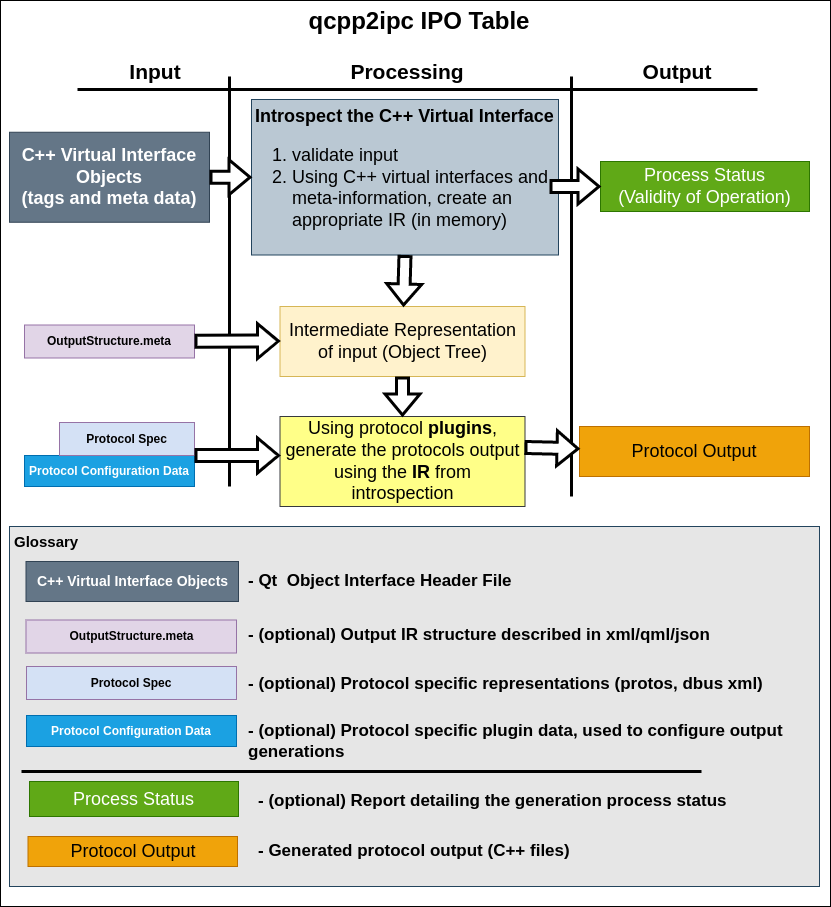
Earlier version of the draw.io export docs/diagrams/ipo_qcpp2ipc.drawio.png (PR-General/qcpp2ipc). Source tidied: cells renumbered, new cells last; positions are measured from the earlier drawing's top-left corner, leaving out a move shared by most shapes. The source it was exported from:
```xml
<mxGraphModel>
  <root>
    <mxCell id="0" />
    <mxCell id="1" parent="0" />
    <mxCell id="2" value="&lt;b style=&quot;font-size: 24px;&quot;&gt;&lt;font style=&quot;font-size: 24px;&quot;&gt;qcpp2ipc IPO Table&lt;/font&gt;&lt;/b&gt;" style="rounded=0;whiteSpace=wrap;html=1;align=center;verticalAlign=top;spacingLeft=8;fontSize=24;" parent="1" vertex="1">
      <mxGeometry width="830" height="906" as="geometry" />
    </mxCell>
    <mxCell id="3" value="C++ Virtual Interface Objects &lt;br&gt;(tags and meta data)" style="rounded=0;whiteSpace=wrap;html=1;fontSize=18;fillColor=#647687;fontColor=#ffffff;strokeColor=#314354;fontStyle=1;" parent="1" vertex="1">
      <mxGeometry x="9" y="131.8" width="200" height="90" as="geometry" />
    </mxCell>
    <mxCell id="4" style="endArrow=none;html=1;rounded=0;fontSize=18;strokeWidth=3;" parent="1" edge="1">
      <mxGeometry relative="1" as="geometry">
        <mxPoint x="77" y="89" as="sourcePoint" />
        <mxPoint x="757" y="89" as="targetPoint" />
      </mxGeometry>
    </mxCell>
    <mxCell id="5" style="endArrow=none;html=1;rounded=0;fontSize=18;strokeWidth=3;" parent="1" edge="1">
      <mxGeometry relative="1" as="geometry">
        <mxPoint x="229" y="76" as="sourcePoint" />
        <mxPoint x="229" y="486" as="targetPoint" />
      </mxGeometry>
    </mxCell>
    <mxCell id="6" style="endArrow=none;html=1;rounded=0;fontSize=18;strokeWidth=3;" parent="1" edge="1">
      <mxGeometry relative="1" as="geometry">
        <mxPoint x="571" y="76" as="sourcePoint" />
        <mxPoint x="571" y="496" as="targetPoint" />
      </mxGeometry>
    </mxCell>
    <mxCell id="7" value="Input" style="text;html=1;strokeColor=none;fillColor=none;align=center;verticalAlign=middle;whiteSpace=wrap;rounded=0;fontSize=21;fontStyle=1;" parent="1" vertex="1">
      <mxGeometry x="110" y="56" width="90" height="30" as="geometry" />
    </mxCell>
    <mxCell id="8" value="Processing" style="text;html=1;strokeColor=none;fillColor=none;align=center;verticalAlign=middle;whiteSpace=wrap;rounded=0;fontSize=21;fontStyle=1;" parent="1" vertex="1">
      <mxGeometry x="337" y="56" width="140" height="30" as="geometry" />
    </mxCell>
    <mxCell id="9" value="Output" style="text;html=1;strokeColor=none;fillColor=none;align=center;verticalAlign=middle;whiteSpace=wrap;rounded=0;fontSize=21;fontStyle=1;" parent="1" vertex="1">
      <mxGeometry x="607" y="56" width="140" height="30" as="geometry" />
    </mxCell>
    <mxCell id="10" value="Protocol Output" style="rounded=0;whiteSpace=wrap;html=1;fontSize=18;fillColor=#f0a30a;fontColor=#000000;strokeColor=#BD7000;" parent="1" vertex="1">
      <mxGeometry x="579" y="426" width="230" height="50" as="geometry" />
    </mxCell>
    <mxCell id="11" value="&lt;b&gt;Introspect the C++ Virtual Interface &lt;/b&gt;&lt;br&gt;&lt;ol&gt;&lt;li style=&quot;text-align: left;&quot;&gt;&lt;span style=&quot;background-color: initial;&quot;&gt;validate input&lt;/span&gt;&lt;/li&gt;&lt;li style=&quot;text-align: left;&quot;&gt;Using C++ virtual interfaces and meta-information, create an appropriate IR (in memory)&lt;/li&gt;&lt;/ol&gt;" style="rounded=0;whiteSpace=wrap;html=1;fontSize=18;fillColor=#bac8d3;strokeColor=#23445d;" parent="1" vertex="1">
      <mxGeometry x="251" y="99" width="307" height="155.5" as="geometry" />
    </mxCell>
    <mxCell id="12" value="Intermediate Representation of input (Object Tree)" style="rounded=0;whiteSpace=wrap;html=1;fontSize=18;fillColor=#fff2cc;strokeColor=#d6b656;" parent="1" vertex="1">
      <mxGeometry x="279.5" y="306" width="245" height="70" as="geometry" />
    </mxCell>
    <mxCell id="13" style="shape=flexArrow;endArrow=classic;html=1;rounded=0;strokeWidth=3;fontSize=21;exitX=0.5;exitY=1;exitDx=0;exitDy=0;" parent="1" edge="1" source="11" target="12">
      <mxGeometry relative="1" as="geometry" />
    </mxCell>
    <mxCell id="14" value="Using protocol &lt;b&gt;plugins&lt;/b&gt;, generate the protocols output using the &lt;b&gt;IR&lt;/b&gt; from introspection" style="rounded=0;whiteSpace=wrap;html=1;fontSize=18;fillColor=#ffff88;strokeColor=#36393d;" parent="1" vertex="1">
      <mxGeometry x="279.5" y="416" width="245" height="90" as="geometry" />
    </mxCell>
    <mxCell id="15" style="shape=flexArrow;endArrow=classic;html=1;rounded=0;strokeWidth=3;fontSize=21;exitX=0.5;exitY=1;exitDx=0;exitDy=0;entryX=0.5;entryY=0;entryDx=0;entryDy=0;" parent="1" edge="1" source="12" target="14">
      <mxGeometry relative="1" as="geometry" />
    </mxCell>
    <mxCell id="16" style="shape=flexArrow;endArrow=classic;html=1;rounded=0;strokeWidth=3;fontSize=21;exitX=0.998;exitY=0.344;exitDx=0;exitDy=0;exitPerimeter=0;fillColor=default;" parent="1" edge="1" source="14" target="10">
      <mxGeometry relative="1" as="geometry" />
    </mxCell>
    <mxCell id="17" style="shape=flexArrow;endArrow=classic;html=1;rounded=0;strokeWidth=3;fontSize=21;exitX=1;exitY=0.5;exitDx=0;exitDy=0;entryX=0;entryY=0.5;entryDx=0;entryDy=0;fillColor=default;" parent="1" edge="1" source="3" target="11">
      <mxGeometry relative="1" as="geometry" />
    </mxCell>
    <mxCell id="18" value="Protocol Configuration Data" style="rounded=0;whiteSpace=wrap;html=1;fillColor=#1ba1e2;strokeColor=#006EAF;fontStyle=1;fontColor=#ffffff;" parent="1" vertex="1">
      <mxGeometry x="24" y="455" width="170" height="31" as="geometry" />
    </mxCell>
    <mxCell id="19" value="Process Status&lt;br&gt;(Validity of Operation)" style="rounded=0;whiteSpace=wrap;html=1;fontSize=18;fillColor=#60a917;fontColor=#ffffff;strokeColor=#2D7600;" parent="1" vertex="1">
      <mxGeometry x="600" y="161" width="209" height="50" as="geometry" />
    </mxCell>
    <mxCell id="20" style="shape=flexArrow;endArrow=classic;html=1;rounded=0;strokeWidth=3;fontSize=21;fillColor=default;" parent="1" edge="1" target="19">
      <mxGeometry relative="1" as="geometry">
        <mxPoint x="549" y="186" as="sourcePoint" />
      </mxGeometry>
    </mxCell>
    <mxCell id="21" value="OutputStructure.meta" style="rounded=0;whiteSpace=wrap;html=1;fillColor=#e1d5e7;strokeColor=#9673a6;fontStyle=1;" parent="1" vertex="1">
      <mxGeometry x="24" y="324.5" width="170" height="33" as="geometry" />
    </mxCell>
    <mxCell id="22" value="Protocol Spec" style="rounded=0;whiteSpace=wrap;html=1;fillColor=#D4E1F5;strokeColor=#9673a6;fontStyle=1;" parent="1" vertex="1">
      <mxGeometry x="59" y="422" width="135" height="33" as="geometry" />
    </mxCell>
    <mxCell id="23" style="shape=flexArrow;endArrow=classic;html=1;rounded=0;strokeWidth=3;fontSize=21;exitX=1;exitY=1;exitDx=0;exitDy=0;fillColor=default;" parent="1" edge="1" source="22">
      <mxGeometry relative="1" as="geometry">
        <mxPoint x="279.5" y="454.9" as="targetPoint" />
      </mxGeometry>
    </mxCell>
    <mxCell id="24" style="shape=flexArrow;endArrow=classic;html=1;rounded=0;strokeWidth=3;fontSize=21;exitX=1;exitY=1;exitDx=0;exitDy=0;fillColor=default;" parent="1" edge="1">
      <mxGeometry relative="1" as="geometry">
        <mxPoint x="194" y="340.6" as="sourcePoint" />
        <mxPoint x="279.5" y="340.6" as="targetPoint" />
      </mxGeometry>
    </mxCell>
    <mxCell id="25" value="&lt;b style=&quot;font-size: 15px;&quot;&gt;Glossary&lt;/b&gt;" style="rounded=0;whiteSpace=wrap;html=1;fillColor=#E6E6E6;strokeColor=#23445d;fontSize=15;align=left;verticalAlign=top;spacingLeft=3;" parent="1" vertex="1">
      <mxGeometry x="9" y="526" width="810" height="360" as="geometry" />
    </mxCell>
    <mxCell id="26" value="OutputStructure.meta" style="rounded=0;whiteSpace=wrap;html=1;fillColor=#e1d5e7;strokeColor=#9673a6;fontStyle=1;" parent="1" vertex="1">
      <mxGeometry x="25.5" y="619.5" width="210.5" height="33" as="geometry" />
    </mxCell>
    <mxCell id="27" value="C++ Virtual Interface Objects" style="rounded=0;whiteSpace=wrap;html=1;fontSize=14;fillColor=#647687;fontColor=#ffffff;strokeColor=#314354;fontStyle=1;" parent="1" vertex="1">
      <mxGeometry x="25.5" y="561" width="212.5" height="40" as="geometry" />
    </mxCell>
    <mxCell id="28" value="&lt;b style=&quot;font-size: 17px;&quot;&gt;&lt;font style=&quot;font-size: 17px;&quot;&gt;- Qt&amp;nbsp; Object Interface Header File&lt;/font&gt;&lt;/b&gt;" style="text;html=1;strokeColor=none;fillColor=none;align=left;verticalAlign=middle;whiteSpace=wrap;rounded=0;fontSize=17;" parent="1" vertex="1">
      <mxGeometry x="246" y="566" width="510" height="30" as="geometry" />
    </mxCell>
    <mxCell id="29" value="&lt;b style=&quot;font-size: 17px;&quot;&gt;&lt;font style=&quot;font-size: 17px;&quot;&gt;- (optional) Output IR structure described in xml/qml/json&lt;/font&gt;&lt;/b&gt;" style="text;html=1;strokeColor=none;fillColor=none;align=left;verticalAlign=middle;whiteSpace=wrap;rounded=0;fontSize=17;" parent="1" vertex="1">
      <mxGeometry x="246" y="619.5" width="510" height="30" as="geometry" />
    </mxCell>
    <mxCell id="30" value="Protocol Spec" style="rounded=0;whiteSpace=wrap;html=1;fillColor=#D4E1F5;strokeColor=#9673a6;fontStyle=1;" parent="1" vertex="1">
      <mxGeometry x="26" y="666" width="210" height="33" as="geometry" />
    </mxCell>
    <mxCell id="31" value="&lt;b style=&quot;font-size: 17px;&quot;&gt;&lt;font style=&quot;font-size: 17px;&quot;&gt;- (optional) Protocol specific representations (protos, dbus xml)&lt;/font&gt;&lt;/b&gt;" style="text;html=1;strokeColor=none;fillColor=none;align=left;verticalAlign=middle;whiteSpace=wrap;rounded=0;fontSize=17;" parent="1" vertex="1">
      <mxGeometry x="246" y="669" width="540" height="30" as="geometry" />
    </mxCell>
    <mxCell id="32" value="&lt;b style=&quot;font-size: 17px;&quot;&gt;&lt;font style=&quot;font-size: 17px;&quot;&gt;- (optional) Protocol specific plugin data, used to configure output generations&lt;/font&gt;&lt;/b&gt;" style="text;html=1;strokeColor=none;fillColor=none;align=left;verticalAlign=middle;whiteSpace=wrap;rounded=0;fontSize=17;" parent="1" vertex="1">
      <mxGeometry x="246" y="726" width="563" height="30" as="geometry" />
    </mxCell>
    <mxCell id="33" value="Protocol Configuration Data" style="rounded=0;whiteSpace=wrap;html=1;fillColor=#1ba1e2;strokeColor=#006EAF;fontStyle=1;fontColor=#ffffff;" parent="1" vertex="1">
      <mxGeometry x="26" y="715" width="210" height="31" as="geometry" />
    </mxCell>
    <mxCell id="34" value="Process Status" style="rounded=0;whiteSpace=wrap;html=1;fontSize=18;fillColor=#60a917;fontColor=#ffffff;strokeColor=#2D7600;" parent="1" vertex="1">
      <mxGeometry x="29" y="781" width="209" height="35" as="geometry" />
    </mxCell>
    <mxCell id="35" value="&lt;b style=&quot;font-size: 17px;&quot;&gt;&lt;font style=&quot;font-size: 17px;&quot;&gt;- (optional) Report detailing the generation process status&lt;/font&gt;&lt;/b&gt;" style="text;html=1;strokeColor=none;fillColor=none;align=left;verticalAlign=middle;whiteSpace=wrap;rounded=0;fontSize=17;" parent="1" vertex="1">
      <mxGeometry x="256" y="786" width="553" height="30" as="geometry" />
    </mxCell>
    <mxCell id="36" value="Protocol Output" style="rounded=0;whiteSpace=wrap;html=1;fontSize=18;fillColor=#f0a30a;fontColor=#000000;strokeColor=#BD7000;" parent="1" vertex="1">
      <mxGeometry x="27.5" y="836" width="209.5" height="30" as="geometry" />
    </mxCell>
    <mxCell id="37" value="&lt;b style=&quot;font-size: 17px;&quot;&gt;&lt;font style=&quot;font-size: 17px;&quot;&gt;- Generated protocol output (C++ files)&lt;/font&gt;&lt;/b&gt;" style="text;html=1;strokeColor=none;fillColor=none;align=left;verticalAlign=middle;whiteSpace=wrap;rounded=0;fontSize=17;" parent="1" vertex="1">
      <mxGeometry x="256" y="836" width="510" height="30" as="geometry" />
    </mxCell>
    <mxCell id="38" style="endArrow=none;html=1;rounded=0;fontSize=18;strokeWidth=3;" parent="1" edge="1">
      <mxGeometry relative="1" as="geometry">
        <mxPoint x="21" y="771" as="sourcePoint" />
        <mxPoint x="701" y="771" as="targetPoint" />
      </mxGeometry>
    </mxCell>
  </root>
</mxGraphModel>
```
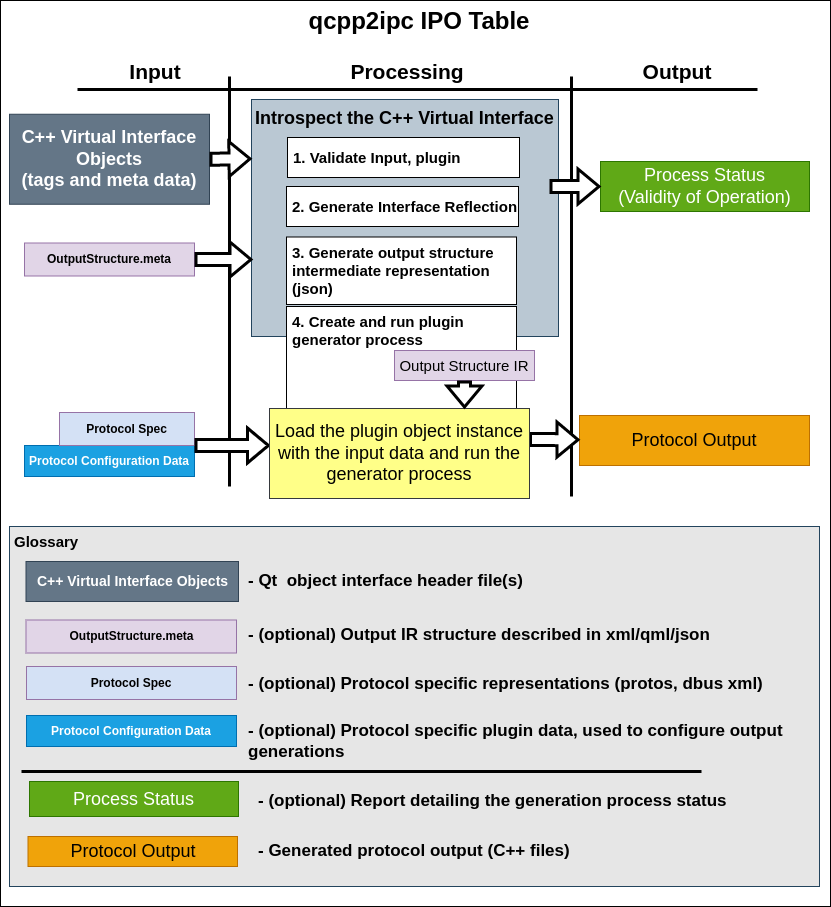
The same diagram one commit later.

The edit, as a diff of the source:
```diff
@@ -6,7 +6,7 @@
       <mxGeometry width="830" height="906" as="geometry" />
     </mxCell>
     <mxCell id="3" value="C++ Virtual Interface Objects &lt;br&gt;(tags and meta data)" style="rounded=0;whiteSpace=wrap;html=1;fontSize=18;fillColor=#647687;fontColor=#ffffff;strokeColor=#314354;fontStyle=1;" parent="1" vertex="1">
-      <mxGeometry x="9" y="131.8" width="200" height="90" as="geometry" />
+      <mxGeometry x="9" y="113.8" width="200" height="90" as="geometry" />
     </mxCell>
     <mxCell id="4" style="endArrow=none;html=1;rounded=0;fontSize=18;strokeWidth=3;" parent="1" edge="1">
       <mxGeometry relative="1" as="geometry">
@@ -36,31 +36,19 @@
       <mxGeometry x="607" y="56" width="140" height="30" as="geometry" />
     </mxCell>
     <mxCell id="10" value="Protocol Output" style="rounded=0;whiteSpace=wrap;html=1;fontSize=18;fillColor=#f0a30a;fontColor=#000000;strokeColor=#BD7000;" parent="1" vertex="1">
-      <mxGeometry x="579" y="426" width="230" height="50" as="geometry" />
+      <mxGeometry x="579" y="415" width="230" height="50" as="geometry" />
     </mxCell>
-    <mxCell id="11" value="&lt;b&gt;Introspect the C++ Virtual Interface &lt;/b&gt;&lt;br&gt;&lt;ol&gt;&lt;li style=&quot;text-align: left;&quot;&gt;&lt;span style=&quot;background-color: initial;&quot;&gt;validate input&lt;/span&gt;&lt;/li&gt;&lt;li style=&quot;text-align: left;&quot;&gt;Using C++ virtual interfaces and meta-information, create an appropriate IR (in memory)&lt;/li&gt;&lt;/ol&gt;" style="rounded=0;whiteSpace=wrap;html=1;fontSize=18;fillColor=#bac8d3;strokeColor=#23445d;" parent="1" vertex="1">
-      <mxGeometry x="251" y="99" width="307" height="155.5" as="geometry" />
+    <mxCell id="11" value="&lt;b&gt;Introspect the C++ Virtual Interface&lt;br&gt;&lt;/b&gt;" style="rounded=0;whiteSpace=wrap;html=1;fontSize=18;fillColor=#bac8d3;strokeColor=#23445d;verticalAlign=top;spacingTop=2;" parent="1" vertex="1">
+      <mxGeometry x="251" y="99" width="307" height="237" as="geometry" />
     </mxCell>
-    <mxCell id="12" value="Intermediate Representation of input (Object Tree)" style="rounded=0;whiteSpace=wrap;html=1;fontSize=18;fillColor=#fff2cc;strokeColor=#d6b656;" parent="1" vertex="1">
-      <mxGeometry x="279.5" y="306" width="245" height="70" as="geometry" />
-    </mxCell>
-    <mxCell id="13" style="shape=flexArrow;endArrow=classic;html=1;rounded=0;strokeWidth=3;fontSize=21;exitX=0.5;exitY=1;exitDx=0;exitDy=0;" parent="1" edge="1" source="11" target="12">
-      <mxGeometry relative="1" as="geometry" />
-    </mxCell>
-    <mxCell id="14" value="Using protocol &lt;b&gt;plugins&lt;/b&gt;, generate the protocols output using the &lt;b&gt;IR&lt;/b&gt; from introspection" style="rounded=0;whiteSpace=wrap;html=1;fontSize=18;fillColor=#ffff88;strokeColor=#36393d;" parent="1" vertex="1">
-      <mxGeometry x="279.5" y="416" width="245" height="90" as="geometry" />
-    </mxCell>
-    <mxCell id="15" style="shape=flexArrow;endArrow=classic;html=1;rounded=0;strokeWidth=3;fontSize=21;exitX=0.5;exitY=1;exitDx=0;exitDy=0;entryX=0.5;entryY=0;entryDx=0;entryDy=0;" parent="1" edge="1" source="12" target="14">
-      <mxGeometry relative="1" as="geometry" />
-    </mxCell>
     <mxCell id="16" style="shape=flexArrow;endArrow=classic;html=1;rounded=0;strokeWidth=3;fontSize=21;exitX=0.998;exitY=0.344;exitDx=0;exitDy=0;exitPerimeter=0;fillColor=default;" parent="1" edge="1" source="14" target="10">
       <mxGeometry relative="1" as="geometry" />
     </mxCell>
-    <mxCell id="17" style="shape=flexArrow;endArrow=classic;html=1;rounded=0;strokeWidth=3;fontSize=21;exitX=1;exitY=0.5;exitDx=0;exitDy=0;entryX=0;entryY=0.5;entryDx=0;entryDy=0;fillColor=default;" parent="1" edge="1" source="3" target="11">
+    <mxCell id="17" style="shape=flexArrow;endArrow=classic;html=1;rounded=0;strokeWidth=3;fontSize=21;exitX=1;exitY=0.5;exitDx=0;exitDy=0;entryX=0;entryY=0.25;entryDx=0;entryDy=0;fillColor=default;" parent="1" edge="1" source="3" target="11">
       <mxGeometry relative="1" as="geometry" />
     </mxCell>
     <mxCell id="18" value="Protocol Configuration Data" style="rounded=0;whiteSpace=wrap;html=1;fillColor=#1ba1e2;strokeColor=#006EAF;fontStyle=1;fontColor=#ffffff;" parent="1" vertex="1">
-      <mxGeometry x="24" y="455" width="170" height="31" as="geometry" />
+      <mxGeometry x="24" y="445" width="170" height="31" as="geometry" />
     </mxCell>
     <mxCell id="19" value="Process Status&lt;br&gt;(Validity of Operation)" style="rounded=0;whiteSpace=wrap;html=1;fontSize=18;fillColor=#60a917;fontColor=#ffffff;strokeColor=#2D7600;" parent="1" vertex="1">
       <mxGeometry x="600" y="161" width="209" height="50" as="geometry" />
@@ -71,21 +59,16 @@
       </mxGeometry>
     </mxCell>
     <mxCell id="21" value="OutputStructure.meta" style="rounded=0;whiteSpace=wrap;html=1;fillColor=#e1d5e7;strokeColor=#9673a6;fontStyle=1;" parent="1" vertex="1">
-      <mxGeometry x="24" y="324.5" width="170" height="33" as="geometry" />
+      <mxGeometry x="24" y="242.5" width="170" height="33" as="geometry" />
     </mxCell>
     <mxCell id="22" value="Protocol Spec" style="rounded=0;whiteSpace=wrap;html=1;fillColor=#D4E1F5;strokeColor=#9673a6;fontStyle=1;" parent="1" vertex="1">
-      <mxGeometry x="59" y="422" width="135" height="33" as="geometry" />
+      <mxGeometry x="59" y="412" width="135" height="33" as="geometry" />
     </mxCell>
-    <mxCell id="23" style="shape=flexArrow;endArrow=classic;html=1;rounded=0;strokeWidth=3;fontSize=21;exitX=1;exitY=1;exitDx=0;exitDy=0;fillColor=default;" parent="1" edge="1" source="22">
-      <mxGeometry relative="1" as="geometry">
-        <mxPoint x="279.5" y="454.9" as="targetPoint" />
-      </mxGeometry>
+    <mxCell id="23" style="shape=flexArrow;endArrow=classic;html=1;rounded=0;strokeWidth=3;fontSize=21;exitX=1;exitY=1;exitDx=0;exitDy=0;fillColor=default;entryX=0.002;entryY=0.411;entryDx=0;entryDy=0;entryPerimeter=0;" parent="1" edge="1" source="22" target="14">
+      <mxGeometry relative="1" as="geometry" />
     </mxCell>
-    <mxCell id="24" style="shape=flexArrow;endArrow=classic;html=1;rounded=0;strokeWidth=3;fontSize=21;exitX=1;exitY=1;exitDx=0;exitDy=0;fillColor=default;" parent="1" edge="1">
-      <mxGeometry relative="1" as="geometry">
-        <mxPoint x="194" y="340.6" as="sourcePoint" />
-        <mxPoint x="279.5" y="340.6" as="targetPoint" />
-      </mxGeometry>
+    <mxCell id="24" style="shape=flexArrow;endArrow=classic;html=1;rounded=0;strokeWidth=3;fontSize=21;exitX=1;exitY=0.5;exitDx=0;exitDy=0;fillColor=default;entryX=0.003;entryY=0.675;entryDx=0;entryDy=0;entryPerimeter=0;" parent="1" edge="1" source="21" target="11">
+      <mxGeometry relative="1" as="geometry" />
     </mxCell>
     <mxCell id="25" value="&lt;b style=&quot;font-size: 15px;&quot;&gt;Glossary&lt;/b&gt;" style="rounded=0;whiteSpace=wrap;html=1;fillColor=#E6E6E6;strokeColor=#23445d;fontSize=15;align=left;verticalAlign=top;spacingLeft=3;" parent="1" vertex="1">
       <mxGeometry x="9" y="526" width="810" height="360" as="geometry" />
@@ -96,7 +79,7 @@
     <mxCell id="27" value="C++ Virtual Interface Objects" style="rounded=0;whiteSpace=wrap;html=1;fontSize=14;fillColor=#647687;fontColor=#ffffff;strokeColor=#314354;fontStyle=1;" parent="1" vertex="1">
       <mxGeometry x="25.5" y="561" width="212.5" height="40" as="geometry" />
     </mxCell>
-    <mxCell id="28" value="&lt;b style=&quot;font-size: 17px;&quot;&gt;&lt;font style=&quot;font-size: 17px;&quot;&gt;- Qt&amp;nbsp; Object Interface Header File&lt;/font&gt;&lt;/b&gt;" style="text;html=1;strokeColor=none;fillColor=none;align=left;verticalAlign=middle;whiteSpace=wrap;rounded=0;fontSize=17;" parent="1" vertex="1">
+    <mxCell id="28" value="&lt;b style=&quot;font-size: 17px;&quot;&gt;&lt;font style=&quot;font-size: 17px;&quot;&gt;- Qt&amp;nbsp; object interface header file(s)&lt;/font&gt;&lt;/b&gt;" style="text;html=1;strokeColor=none;fillColor=none;align=left;verticalAlign=middle;whiteSpace=wrap;rounded=0;fontSize=17;" parent="1" vertex="1">
       <mxGeometry x="246" y="566" width="510" height="30" as="geometry" />
     </mxCell>
     <mxCell id="29" value="&lt;b style=&quot;font-size: 17px;&quot;&gt;&lt;font style=&quot;font-size: 17px;&quot;&gt;- (optional) Output IR structure described in xml/qml/json&lt;/font&gt;&lt;/b&gt;" style="text;html=1;strokeColor=none;fillColor=none;align=left;verticalAlign=middle;whiteSpace=wrap;rounded=0;fontSize=17;" parent="1" vertex="1">
@@ -132,5 +115,26 @@
         <mxPoint x="701" y="771" as="targetPoint" />
       </mxGeometry>
     </mxCell>
+    <mxCell id="39" value="3. Generate output structure intermediate representation (json)" style="rounded=0;whiteSpace=wrap;html=1;fontStyle=1;align=left;spacingLeft=4;fontSize=15;" parent="1" vertex="1">
+      <mxGeometry x="286" y="236.5" width="230" height="67.5" as="geometry" />
+    </mxCell>
+    <mxCell id="40" value="1. Validate Input, plugin" style="rounded=0;whiteSpace=wrap;html=1;fontStyle=1;fontSize=15;align=left;spacingLeft=4;" parent="1" vertex="1">
+      <mxGeometry x="287" y="137" width="232" height="40" as="geometry" />
+    </mxCell>
+    <mxCell id="41" value="2. Generate Interface Reflection" style="rounded=0;whiteSpace=wrap;html=1;fontStyle=1;fontSize=15;align=left;spacingLeft=4;" parent="1" vertex="1">
+      <mxGeometry x="286" y="186" width="232" height="40" as="geometry" />
+    </mxCell>
+    <mxCell id="42" value="4. Create and run plugin generator process" style="rounded=0;whiteSpace=wrap;html=1;fontStyle=1;align=left;spacingLeft=4;fontSize=15;verticalAlign=top;" parent="1" vertex="1">
+      <mxGeometry x="286" y="306" width="230" height="180" as="geometry" />
+    </mxCell>
+    <mxCell id="14" value="Load the plugin object instance with the input data and run the generator process" style="rounded=0;whiteSpace=wrap;html=1;fontSize=18;fillColor=#ffff88;strokeColor=#36393d;align=center;" parent="1" vertex="1">
+      <mxGeometry x="269" y="408" width="260" height="90" as="geometry" />
+    </mxCell>
+    <mxCell id="43" value="Output Structure IR" style="rounded=0;whiteSpace=wrap;html=1;fontSize=15;fillColor=#e1d5e7;strokeColor=#9673a6;" parent="1" vertex="1">
+      <mxGeometry x="394" y="350" width="140" height="30" as="geometry" />
+    </mxCell>
+    <mxCell id="44" style="shape=flexArrow;endArrow=classic;html=1;rounded=0;strokeWidth=3;fontSize=21;exitX=0.5;exitY=1;exitDx=0;exitDy=0;fillColor=default;entryX=0.75;entryY=0;entryDx=0;entryDy=0;" parent="1" edge="1" source="43" target="14">
+      <mxGeometry relative="1" as="geometry" />
+    </mxCell>
   </root>
 </mxGraphModel>
```
